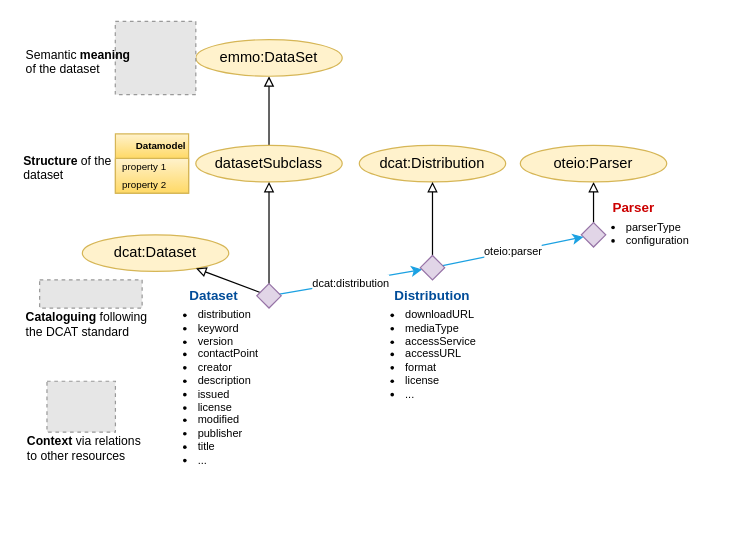
Earlier version of the draw.io diagram page "Provider" (2 of 12) of docs/figs/dataset.drawio (EMMC-ASBL/tripper). Source tidied: cells renumbered, new cells numbered last; positions are measured from the earlier drawing's top-left corner, leaving out a move shared by most shapes. Both pictures are drawn from the tidied source at 122%, with x=0, y=0 at pixel (21, 21). Pictures stored in the file or linked from it are replaced by grey dashed boxes.
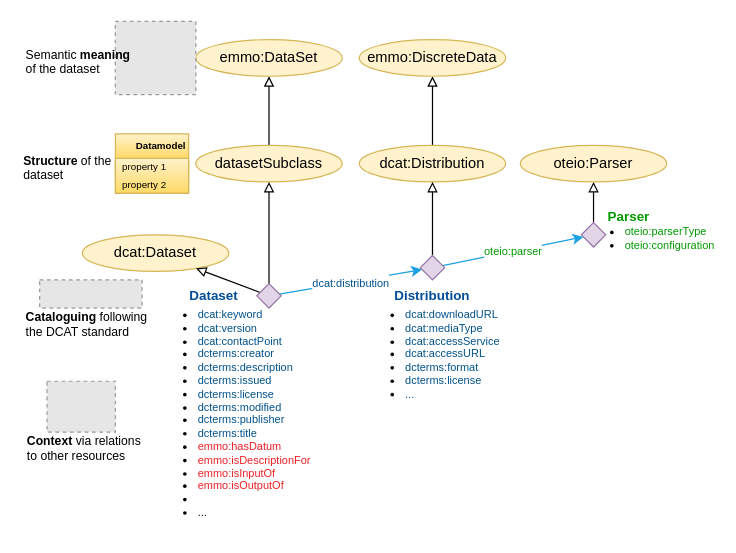
After the change.

Unchanged cells that the change refers to:
```xml
<mxCell id="8" value="dcat:Distribution" style="ellipse;whiteSpace=wrap;html=1;fillColor=#fff2cc;strokeColor=#d6b656;" parent="1" vertex="1">
  <mxGeometry x="277" y="101.6" width="120" height="30" as="geometry" />
</mxCell>
<mxCell id="12" style="rhombus;whiteSpace=wrap;html=1;fillColor=#e1d5e7;strokeColor=#9673a6;" parent="1" vertex="1">
  <mxGeometry x="193" y="215" width="20" height="20" as="geometry" />
</mxCell>
<mxCell id="14" style="rhombus;whiteSpace=wrap;html=1;fillColor=#e1d5e7;strokeColor=#9673a6;" parent="1" vertex="1">
  <mxGeometry x="459" y="165" width="20" height="20" as="geometry" />
</mxCell>
<mxCell id="17" style="rhombus;whiteSpace=wrap;html=1;fillColor=#e1d5e7;strokeColor=#9673a6;" parent="1" vertex="1">
  <mxGeometry x="327" y="191.9" width="20" height="20" as="geometry" />
</mxCell>
```

What changed in the source:
```diff
@@
-    <mxCell id="2" value="&lt;ul&gt;&lt;li&gt;&lt;font style=&quot;font-size: 9px;&quot;&gt;downloadURL&lt;/font&gt;&lt;/li&gt;&lt;li&gt;&lt;font style=&quot;font-size: 9px;&quot;&gt;mediaType&lt;/font&gt;&lt;/li&gt;&lt;li&gt;&lt;font style=&quot;font-size: 9px;&quot;&gt;accessService&lt;/font&gt;&lt;/li&gt;&lt;li&gt;&lt;font style=&quot;font-size: 9px;&quot;&gt;accessURL&lt;/font&gt;&lt;/li&gt;&lt;li&gt;&lt;span style=&quot;background-color: initial;&quot;&gt;format&lt;/span&gt;&lt;br&gt;&lt;/li&gt;&lt;li&gt;&lt;span style=&quot;background-color: initial;&quot;&gt;license&lt;/span&gt;&lt;br&gt;&lt;/li&gt;&lt;li&gt;&lt;font style=&quot;font-size: 9px;&quot;&gt;...&lt;/font&gt;&lt;/li&gt;&lt;/ul&gt;" style="text;html=1;align=left;verticalAlign=top;whiteSpace=wrap;rounded=0;fontFamily=Helvetica;fontSize=9;fontColor=default;labelBackgroundColor=none;" parent="1" vertex="1">
-      <mxGeometry x="273" y="220" width="100" height="100" as="geometry" />
+    <mxCell id="2" value="&lt;ul&gt;&lt;li&gt;&lt;font color=&quot;#00528c&quot; style=&quot;font-size: 9px;&quot;&gt;dcat:downloadURL&lt;/font&gt;&lt;/li&gt;&lt;li&gt;&lt;font color=&quot;#00528c&quot; style=&quot;font-size: 9px;&quot;&gt;dcat:mediaType&lt;/font&gt;&lt;/li&gt;&lt;li&gt;&lt;font color=&quot;#00528c&quot; style=&quot;font-size: 9px;&quot;&gt;dcat:accessService&lt;/font&gt;&lt;/li&gt;&lt;li&gt;&lt;font color=&quot;#00528c&quot; style=&quot;font-size: 9px;&quot;&gt;dcat:accessURL&lt;/font&gt;&lt;/li&gt;&lt;li&gt;&lt;font color=&quot;#00528c&quot;&gt;&lt;span style=&quot;background-color: initial;&quot;&gt;dcterms:format&lt;/span&gt;&lt;br&gt;&lt;/font&gt;&lt;/li&gt;&lt;li&gt;&lt;font color=&quot;#00528c&quot;&gt;&lt;span style=&quot;background-color: initial;&quot;&gt;dcterms:license&lt;/span&gt;&lt;br&gt;&lt;/font&gt;&lt;/li&gt;&lt;li&gt;&lt;font color=&quot;#00528c&quot; style=&quot;font-size: 9px;&quot;&gt;...&lt;/font&gt;&lt;/li&gt;&lt;/ul&gt;" style="text;html=1;align=left;verticalAlign=top;whiteSpace=wrap;rounded=0;fontFamily=Helvetica;fontSize=9;fontColor=default;labelBackgroundColor=none;" parent="1" vertex="1">
+      <mxGeometry x="273" y="220" width="130" height="100" as="geometry" />
     </mxCell>
-    <mxCell id="3" value="&lt;ul&gt;&lt;li&gt;&lt;font style=&quot;font-size: 9px;&quot;&gt;parserType&lt;/font&gt;&lt;/li&gt;&lt;li&gt;configuration&lt;/li&gt;&lt;/ul&gt;" style="text;html=1;align=left;verticalAlign=top;whiteSpace=wrap;rounded=0;fontFamily=Helvetica;fontSize=9;fontColor=default;labelBackgroundColor=none;" parent="1" vertex="1">
-      <mxGeometry x="454" y="147.8" width="105" height="40" as="geometry" />
+    <mxCell id="3" value="&lt;ul&gt;&lt;li&gt;&lt;font color=&quot;#009900&quot; style=&quot;font-size: 9px;&quot;&gt;oteio:parserType&lt;/font&gt;&lt;/li&gt;&lt;li&gt;&lt;font color=&quot;#009900&quot;&gt;oteio:configuration&lt;/font&gt;&lt;/li&gt;&lt;/ul&gt;" style="text;html=1;align=left;verticalAlign=top;whiteSpace=wrap;rounded=0;fontFamily=Helvetica;fontSize=9;fontColor=default;labelBackgroundColor=none;" parent="1" vertex="1">
+      <mxGeometry x="453" y="151.9" width="105" height="40" as="geometry" />
     </mxCell>
-    <mxCell id="4" value="&lt;ul&gt;&lt;li&gt;&lt;span&gt;distribution&lt;/span&gt;&lt;/li&gt;&lt;li&gt;&lt;span&gt;keyword&lt;/span&gt;&lt;br&gt;&lt;/li&gt;&lt;li&gt;&lt;font style=&quot;font-size: 9px&quot;&gt;version&lt;/font&gt;&lt;/li&gt;&lt;li&gt;&lt;font style=&quot;font-size: 9px&quot;&gt;contactPoint&lt;/font&gt;&lt;/li&gt;&lt;li&gt;&lt;span&gt;creator&lt;/span&gt;&lt;br&gt;&lt;/li&gt;&lt;li&gt;&lt;font style=&quot;font-size: 9px&quot;&gt;description&lt;/font&gt;&lt;/li&gt;&lt;li&gt;&lt;span&gt;issued&lt;/span&gt;&lt;/li&gt;&lt;li&gt;&lt;span&gt;license&lt;/span&gt;&lt;br&gt;&lt;/li&gt;&lt;li&gt;modified&lt;/li&gt;&lt;li&gt;publisher&lt;/li&gt;&lt;li&gt;title&lt;/li&gt;&lt;li&gt;&lt;font style=&quot;font-size: 9px&quot;&gt;...&lt;/font&gt;&lt;/li&gt;&lt;/ul&gt;&lt;div&gt;&lt;div&gt;&lt;/div&gt;&lt;/div&gt;" style="text;html=1;align=left;verticalAlign=top;whiteSpace=wrap;rounded=0;fontFamily=Helvetica;fontSize=9;fontColor=default;labelBackgroundColor=none;" parent="1" vertex="1">
-      <mxGeometry x="103" y="220" width="100" height="145" as="geometry" />
+    <mxCell id="4" value="&lt;ul&gt;&lt;li&gt;&lt;font color=&quot;#00528c&quot;&gt;&lt;span style=&quot;background-color: initial;&quot;&gt;dcat:keyword&lt;/span&gt;&lt;br&gt;&lt;/font&gt;&lt;/li&gt;&lt;li&gt;&lt;font color=&quot;#00528c&quot; style=&quot;font-size: 9px&quot;&gt;dcat:version&lt;/font&gt;&lt;/li&gt;&lt;li&gt;&lt;font color=&quot;#00528c&quot; style=&quot;font-size: 9px&quot;&gt;dcat:contactPoint&lt;/font&gt;&lt;/li&gt;&lt;li&gt;&lt;font color=&quot;#00528c&quot;&gt;&lt;span&gt;dcterms:creator&lt;/span&gt;&lt;br&gt;&lt;/font&gt;&lt;/li&gt;&lt;li&gt;&lt;font color=&quot;#00528c&quot; style=&quot;font-size: 9px&quot;&gt;dcterms:description&lt;/font&gt;&lt;/li&gt;&lt;li&gt;&lt;span&gt;&lt;font color=&quot;#00528c&quot;&gt;dcterms:issued&lt;/font&gt;&lt;/span&gt;&lt;/li&gt;&lt;li&gt;&lt;font color=&quot;#00528c&quot;&gt;&lt;span&gt;dcterms:license&lt;/span&gt;&lt;br&gt;&lt;/font&gt;&lt;/li&gt;&lt;li&gt;&lt;font color=&quot;#00528c&quot;&gt;dcterms:modified&lt;/font&gt;&lt;/li&gt;&lt;li&gt;&lt;font color=&quot;#00528c&quot;&gt;dcterms:publisher&lt;/font&gt;&lt;/li&gt;&lt;li&gt;&lt;font color=&quot;#00528c&quot;&gt;dcterms:title&lt;/font&gt;&lt;/li&gt;&lt;li&gt;&lt;font color=&quot;#ed1f24&quot;&gt;emmo:hasDatum&lt;/font&gt;&lt;/li&gt;&lt;li&gt;&lt;font color=&quot;#ed1f24&quot;&gt;emmo:isDescriptionFor&lt;/font&gt;&lt;/li&gt;&lt;li&gt;&lt;font color=&quot;#ed1f24&quot;&gt;emmo:isInputOf&lt;/font&gt;&lt;/li&gt;&lt;li&gt;&lt;font color=&quot;#ed1f24&quot;&gt;emmo:isOutputOf&lt;/font&gt;&lt;/li&gt;&lt;li&gt;&lt;br&gt;&lt;/li&gt;&lt;li&gt;&lt;font style=&quot;font-size: 9px&quot;&gt;...&lt;/font&gt;&lt;/li&gt;&lt;/ul&gt;&lt;div&gt;&lt;div&gt;&lt;/div&gt;&lt;/div&gt;" style="text;html=1;align=left;verticalAlign=top;whiteSpace=wrap;rounded=0;fontFamily=Helvetica;fontSize=9;fontColor=default;labelBackgroundColor=none;" parent="1" vertex="1">
+      <mxGeometry x="103" y="220" width="140" height="185" as="geometry" />
     </mxCell>
@@
+    <mxCell id="35" style="edgeStyle=none;shape=connector;rounded=0;jettySize=auto;html=1;strokeColor=default;align=center;verticalAlign=middle;fontFamily=Helvetica;fontSize=11;fontColor=default;labelBackgroundColor=default;endArrow=block;endFill=0;" parent="1" edge="1" source="8" target="36">
+      <mxGeometry relative="1" as="geometry" />
+    </mxCell>
@@
-    <mxCell id="10" value="&lt;span style=&quot;font-size: 9px;&quot;&gt;dcat:distribution&lt;/span&gt;" style="shape=connector;rounded=0;jettySize=auto;html=1;strokeColor=#1BA1E2;align=center;verticalAlign=middle;fontFamily=Helvetica;fontSize=11;fontColor=default;labelBackgroundColor=default;endArrow=classic;endFill=1;" parent="1" edge="1" source="12" target="17">
+    <mxCell id="10" value="&lt;span style=&quot;font-size: 9px;&quot;&gt;&lt;font color=&quot;#00528c&quot;&gt;dcat:distribution&lt;/font&gt;&lt;/span&gt;" style="shape=connector;rounded=0;jettySize=auto;html=1;strokeColor=#1BA1E2;align=center;verticalAlign=middle;fontFamily=Helvetica;fontSize=11;fontColor=default;labelBackgroundColor=default;endArrow=classic;endFill=1;" parent="1" edge="1" source="12" target="17">
       <mxGeometry relative="1" as="geometry" />
     </mxCell>
@@
-    <mxCell id="16" value="&lt;font style=&quot;font-size: 9px;&quot;&gt;oteio:parser&lt;/font&gt;" style="shape=connector;rounded=0;jettySize=auto;html=1;strokeColor=#1BA1E2;align=center;verticalAlign=middle;fontFamily=Helvetica;fontSize=11;fontColor=default;labelBackgroundColor=default;endArrow=classic;endFill=1;" parent="1" edge="1" source="17" target="14">
+    <mxCell id="16" value="&lt;font color=&quot;#009900&quot; style=&quot;font-size: 9px;&quot;&gt;oteio:parser&lt;/font&gt;" style="shape=connector;rounded=0;jettySize=auto;html=1;strokeColor=#1BA1E2;align=center;verticalAlign=middle;fontFamily=Helvetica;fontSize=11;fontColor=default;labelBackgroundColor=default;endArrow=classic;endFill=1;" parent="1" edge="1" source="17" target="14">
       <mxGeometry relative="1" as="geometry" />
     </mxCell>
@@
-    <mxCell id="20" value="&lt;b&gt;&lt;font color=&quot;#cc0000&quot;&gt;Parser&lt;/font&gt;&lt;/b&gt;" style="text;html=1;align=left;verticalAlign=middle;whiteSpace=wrap;rounded=0;fontFamily=Helvetica;fontSize=11;fontColor=default;labelBackgroundColor=none;" parent="1" vertex="1">
-      <mxGeometry x="483" y="147.8" width="60" height="10" as="geometry" />
+    <mxCell id="20" value="&lt;b&gt;&lt;font color=&quot;#009900&quot;&gt;Parser&lt;/font&gt;&lt;/b&gt;" style="text;html=1;align=left;verticalAlign=middle;whiteSpace=wrap;rounded=0;fontFamily=Helvetica;fontSize=11;fontColor=default;labelBackgroundColor=none;" parent="1" vertex="1">
+      <mxGeometry x="479" y="155" width="60" height="10" as="geometry" />
     </mxCell>
@@
+    <mxCell id="36" value="emmo:DiscreteData" style="ellipse;whiteSpace=wrap;html=1;fillColor=#fff2cc;strokeColor=#d6b656;" parent="1" vertex="1">
+      <mxGeometry x="277" y="15" width="120" height="30" as="geometry" />
+    </mxCell>
```
